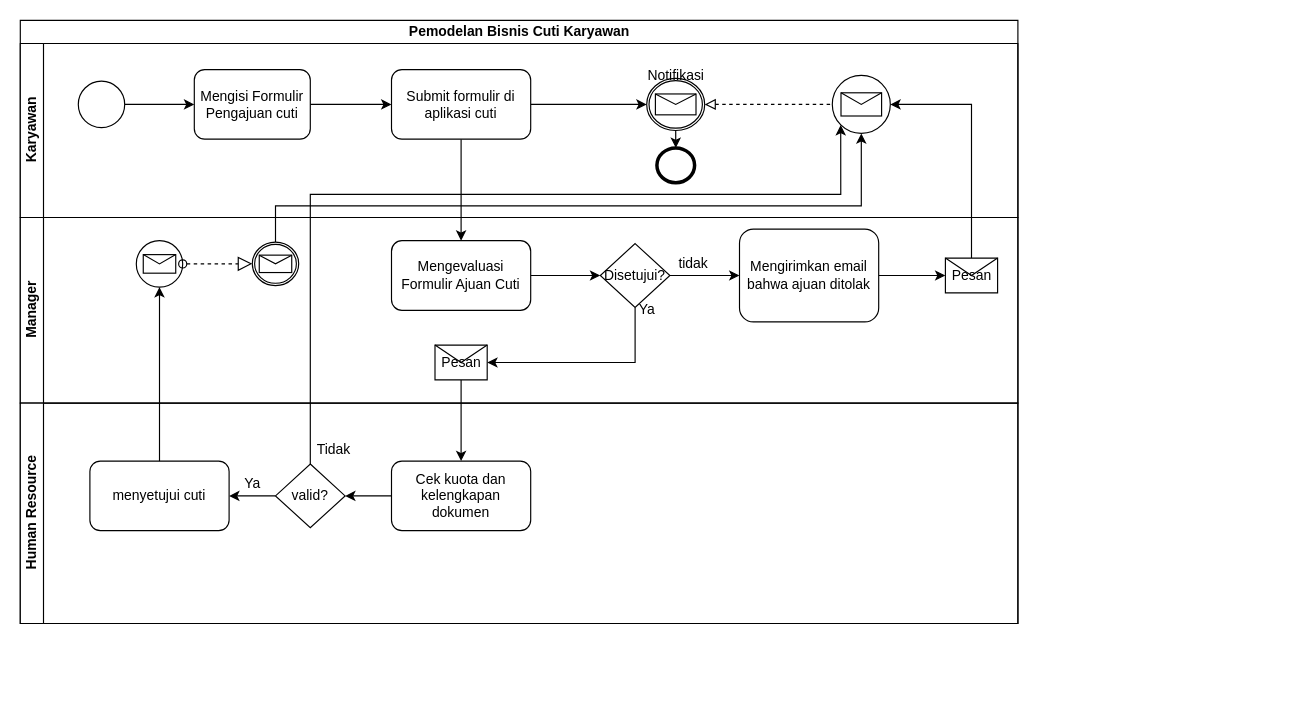
Above: cuti_re-enginering.drawio in fransalwan/git-test (draw.io), before the change. Source tidied: cells renumbered, new cells numbered last; positions are measured from the earlier drawing's top-left corner, leaving out a move shared by most shapes. Both pictures are drawn from the tidied source at 116%, with x=0, y=0 at pixel (20, 20).
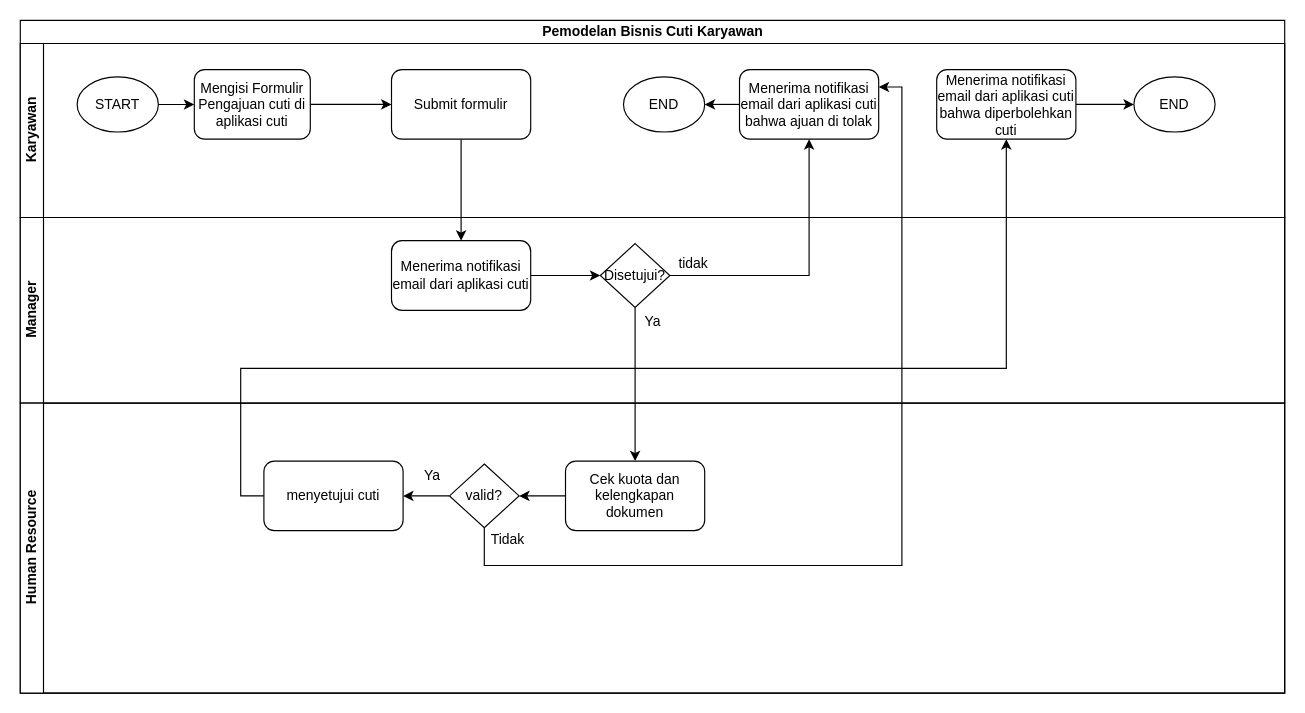
After the change.

The change refers to these unchanged cells:
```xml
<mxCell id="21" value="Disetujui?" style="rhombus;whiteSpace=wrap;html=1;" parent="17" vertex="1">
  <mxGeometry x="500" y="22.5" width="60" height="55" as="geometry" />
</mxCell>
```

What changed in the source:
```diff
@@
     <mxCell id="2" value="Pemodelan Bisnis Cuti Karyawan" style="swimlane;html=1;horizontal=1;startSize=20;" parent="1" vertex="1">
-      <mxGeometry width="860" height="520" as="geometry" />
+      <mxGeometry width="1090" height="580" as="geometry" />
     </mxCell>
@@
     <mxCell id="4" value="Karyawan" style="swimlane;html=1;startSize=20;horizontal=0;" parent="2" vertex="1">
-      <mxGeometry y="20" width="860" height="150" as="geometry" />
+      <mxGeometry y="20" width="1090" height="150" as="geometry" />
     </mxCell>
-    <mxCell id="5" style="edgeStyle=orthogonalEdgeStyle;rounded=0;jettySize=auto;html=1;exitX=1;exitY=0.5;exitDx=0;exitDy=0;" parent="4" edge="1" source="6" target="8">
+    <mxCell id="5" style="edgeStyle=orthogonalEdgeStyle;rounded=0;jettySize=auto;html=1;exitX=1;exitY=0.5;exitDx=0;exitDy=0;" parent="4" edge="1" source="45" target="8">
       <mxGeometry relative="1" as="geometry" />
     </mxCell>
-    <mxCell id="6" style="shape=mxgraph.bpmn.shape;html=1;verticalLabelPosition=bottom;labelBackgroundColor=#ffffff;verticalAlign=top;align=center;perimeter=ellipsePerimeter;outlineConnect=0;outline=standard;symbol=general;" parent="4" vertex="1">
-      <mxGeometry x="50" y="32.5" width="40" height="40" as="geometry" />
-    </mxCell>
@@
-    <mxCell id="8" value="Mengisi Formulir Pengajuan cuti" style="shape=ext;rounded=1;html=1;whiteSpace=wrap;" parent="4" vertex="1">
+    <mxCell id="8" value="Mengisi Formulir Pengajuan cuti di aplikasi cuti" style="shape=ext;rounded=1;html=1;whiteSpace=wrap;" parent="4" vertex="1">
       <mxGeometry x="150" y="22.5" width="100" height="60" as="geometry" />
     </mxCell>
-    <mxCell id="9" style="edgeStyle=orthogonalEdgeStyle;rounded=0;jettySize=auto;html=1;exitX=1;exitY=0.5;exitDx=0;exitDy=0;entryX=0;entryY=0.5;entryDx=0;entryDy=0;" parent="4" edge="1" source="10" target="12">
-      <mxGeometry relative="1" as="geometry" />
-    </mxCell>
-    <mxCell id="10" value="Submit formulir di aplikasi cuti" style="shape=ext;rounded=1;html=1;whiteSpace=wrap;" parent="4" vertex="1">
+    <mxCell id="10" value="Submit formulir" style="shape=ext;rounded=1;html=1;whiteSpace=wrap;" parent="4" vertex="1">
       <mxGeometry x="320" y="22.5" width="120" height="60" as="geometry" />
     </mxCell>
-    <mxCell id="11" style="shape=mxgraph.bpmn.shape;html=1;verticalLabelPosition=bottom;labelBackgroundColor=#ffffff;verticalAlign=top;align=center;perimeter=ellipsePerimeter;outlineConnect=0;outline=standard;symbol=message;" parent="4" vertex="1">
-      <mxGeometry x="700" y="27.5" width="50" height="50" as="geometry" />
-    </mxCell>
-    <mxCell id="12" style="shape=mxgraph.bpmn.shape;html=1;verticalLabelPosition=bottom;labelBackgroundColor=#ffffff;verticalAlign=top;align=center;perimeter=ellipsePerimeter;outlineConnect=0;outline=boundInt;symbol=message;" parent="4" vertex="1">
-      <mxGeometry x="540" y="30" width="50" height="45" as="geometry" />
-    </mxCell>
-    <mxCell id="13" value="Notifikasi" style="text;html=1;align=center;verticalAlign=middle;" parent="4" vertex="1">
-      <mxGeometry x="535" y="17.5" width="60" height="20" as="geometry" />
-    </mxCell>
-    <mxCell id="14" style="startArrow=block;startFill=0;startSize=7;endArrow=none;endFill=0;endSize=10;dashed=1;html=1;exitX=1;exitY=0.5;exitDx=0;exitDy=0;entryX=0;entryY=0.5;entryDx=0;entryDy=0;" parent="4" edge="1" source="12" target="11">
-      <mxGeometry relative="1" as="geometry" />
-    </mxCell>
-    <mxCell id="15" style="shape=mxgraph.bpmn.shape;html=1;verticalLabelPosition=bottom;labelBackgroundColor=#ffffff;verticalAlign=top;align=center;perimeter=ellipsePerimeter;outlineConnect=0;outline=end;symbol=general;" parent="4" vertex="1">
-      <mxGeometry x="548.8" y="90" width="32.5" height="30" as="geometry" />
-    </mxCell>
-    <mxCell id="16" style="endArrow=classic;html=1;exitX=0.5;exitY=1;exitDx=0;exitDy=0;entryX=0.5;entryY=0;entryDx=0;entryDy=0;" parent="4" edge="1" source="12" target="15">
-      <mxGeometry relative="1" as="geometry" />
-    </mxCell>
+    <mxCell id="45" value="START" style="ellipse;whiteSpace=wrap;html=1;" parent="4" vertex="1">
+      <mxGeometry x="49" y="28.8" width="70" height="47.5" as="geometry" />
+    </mxCell>
+    <mxCell id="46" style="edgeStyle=orthogonalEdgeStyle;rounded=0;jettySize=auto;html=1;exitX=0;exitY=0.5;exitDx=0;exitDy=0;entryX=1;entryY=0.5;entryDx=0;entryDy=0;" parent="4" edge="1" source="47" target="48">
+      <mxGeometry relative="1" as="geometry" />
+    </mxCell>
+    <mxCell id="47" value="Menerima notifikasi email dari aplikasi cuti bahwa ajuan di tolak" style="shape=ext;rounded=1;html=1;whiteSpace=wrap;" parent="4" vertex="1">
+      <mxGeometry x="620" y="22.5" width="120" height="60" as="geometry" />
+    </mxCell>
+    <mxCell id="48" value="END" style="ellipse;whiteSpace=wrap;html=1;" parent="4" vertex="1">
+      <mxGeometry x="520" y="28.8" width="70" height="47.5" as="geometry" />
+    </mxCell>
+    <mxCell id="49" style="edgeStyle=orthogonalEdgeStyle;rounded=0;jettySize=auto;html=1;exitX=1;exitY=0.5;exitDx=0;exitDy=0;entryX=0;entryY=0.5;entryDx=0;entryDy=0;" parent="4" edge="1" source="50" target="51">
+      <mxGeometry relative="1" as="geometry" />
+    </mxCell>
+    <mxCell id="50" value="Menerima notifikasi email dari aplikasi cuti bahwa diperbolehkan cuti" style="shape=ext;rounded=1;html=1;whiteSpace=wrap;" parent="4" vertex="1">
+      <mxGeometry x="790" y="22.5" width="120" height="60" as="geometry" />
+    </mxCell>
+    <mxCell id="51" value="END" style="ellipse;whiteSpace=wrap;html=1;" parent="4" vertex="1">
+      <mxGeometry x="960" y="28.8" width="70" height="47.5" as="geometry" />
+    </mxCell>
     <mxCell id="17" value="Manager" style="swimlane;html=1;startSize=20;horizontal=0;" parent="2" vertex="1">
-      <mxGeometry y="170" width="860" height="160" as="geometry" />
+      <mxGeometry y="170" width="1090" height="160" as="geometry" />
     </mxCell>
@@
-    <mxCell id="19" value="Mengevaluasi Formulir Ajuan Cuti" style="shape=ext;rounded=1;html=1;whiteSpace=wrap;" parent="17" vertex="1">
+    <mxCell id="19" value="Menerima notifikasi email dari aplikasi cuti" style="shape=ext;rounded=1;html=1;whiteSpace=wrap;" parent="17" vertex="1">
       <mxGeometry x="320" y="20" width="120" height="60" as="geometry" />
     </mxCell>
-    <mxCell id="20" style="edgeStyle=orthogonalEdgeStyle;rounded=0;jettySize=auto;html=1;exitX=0.5;exitY=1;exitDx=0;exitDy=0;entryX=1;entryY=0.5;entryDx=0;entryDy=0;" parent="17" edge="1" source="21" target="27">
-      <mxGeometry relative="1" as="geometry" />
-    </mxCell>
@@
-    <mxCell id="22" style="edgeStyle=orthogonalEdgeStyle;rounded=0;jettySize=auto;html=1;exitX=1;exitY=0.5;exitDx=0;exitDy=0;entryX=0;entryY=0.5;entryDx=0;entryDy=0;" parent="17" edge="1" source="23" target="26">
-      <mxGeometry relative="1" as="geometry" />
-    </mxCell>
-    <mxCell id="23" value="Mengirimkan email bahwa ajuan ditolak" style="shape=ext;rounded=1;html=1;whiteSpace=wrap;" parent="17" vertex="1">
-      <mxGeometry x="620" y="10" width="120" height="80" as="geometry" />
-    </mxCell>
-    <mxCell id="24" style="edgeStyle=orthogonalEdgeStyle;rounded=0;jettySize=auto;html=1;exitX=1;exitY=0.5;exitDx=0;exitDy=0;" parent="17" edge="1" source="21" target="23">
-      <mxGeometry relative="1" as="geometry" />
-    </mxCell>
@@
-    <mxCell id="26" value="Pesan" style="shape=message;whiteSpace=wrap;html=1;outlineConnect=0;" parent="17" vertex="1">
-      <mxGeometry x="797.5" y="35" width="45" height="30" as="geometry" />
-    </mxCell>
-    <mxCell id="27" value="Pesan" style="shape=message;whiteSpace=wrap;html=1;outlineConnect=0;" parent="17" vertex="1">
-      <mxGeometry x="357.5" y="110" width="45" height="30" as="geometry" />
-    </mxCell>
-    <mxCell id="28" style="shape=mxgraph.bpmn.shape;html=1;verticalLabelPosition=bottom;labelBackgroundColor=#ffffff;verticalAlign=top;align=center;perimeter=ellipsePerimeter;outlineConnect=0;outline=standard;symbol=message;" parent="17" vertex="1">
-      <mxGeometry x="100" y="20" width="40" height="40" as="geometry" />
-    </mxCell>
-    <mxCell id="29" style="shape=mxgraph.bpmn.shape;html=1;verticalLabelPosition=bottom;labelBackgroundColor=#ffffff;verticalAlign=top;align=center;perimeter=ellipsePerimeter;outlineConnect=0;outline=boundInt;symbol=message;" parent="17" vertex="1">
-      <mxGeometry x="200" y="21.2" width="40" height="37.5" as="geometry" />
-    </mxCell>
-    <mxCell id="30" style="startArrow=oval;startFill=0;startSize=7;endArrow=block;endFill=0;endSize=10;dashed=1;html=1;exitX=1;exitY=0.5;exitDx=0;exitDy=0;entryX=0;entryY=0.5;entryDx=0;entryDy=0;" parent="17" edge="1" source="28" target="29">
-      <mxGeometry relative="1" as="geometry" />
-    </mxCell>
-    <mxCell id="31" style="edgeStyle=orthogonalEdgeStyle;rounded=0;jettySize=auto;html=1;exitX=0.5;exitY=1;exitDx=0;exitDy=0;entryX=0.5;entryY=0;entryDx=0;entryDy=0;" parent="2" edge="1" source="27" target="34">
-      <mxGeometry relative="1" as="geometry" />
-    </mxCell>
+    <mxCell id="43" value="Ya" style="text;html=1;align=center;verticalAlign=middle;" parent="17" vertex="1">
+      <mxGeometry x="530" y="80" width="30" height="20" as="geometry" />
+    </mxCell>
+    <mxCell id="52" style="edgeStyle=orthogonalEdgeStyle;rounded=0;jettySize=auto;html=1;exitX=0.5;exitY=1;exitDx=0;exitDy=0;entryX=0.5;entryY=0;entryDx=0;entryDy=0;" parent="2" edge="1" source="21" target="34">
+      <mxGeometry relative="1" as="geometry" />
+    </mxCell>
     <mxCell id="32" value="Human Resource" style="swimlane;html=1;startSize=20;horizontal=0;" parent="2" vertex="1">
-      <mxGeometry y="330" width="860" height="190" as="geometry" />
+      <mxGeometry y="330" width="1090" height="250" as="geometry" />
     </mxCell>
@@
     <mxCell id="34" value="Cek kuota dan kelengkapan dokumen" style="rounded=1;whiteSpace=wrap;html=1;" parent="32" vertex="1">
-      <mxGeometry x="320" y="50" width="120" height="60" as="geometry" />
+      <mxGeometry x="470" y="50" width="120" height="60" as="geometry" />
     </mxCell>
@@
     <mxCell id="36" value="valid?" style="rhombus;whiteSpace=wrap;html=1;" parent="32" vertex="1">
-      <mxGeometry x="220" y="52.5" width="60" height="55" as="geometry" />
+      <mxGeometry x="370" y="52.5" width="60" height="55" as="geometry" />
     </mxCell>
     <mxCell id="37" value="menyetujui cuti" style="rounded=1;whiteSpace=wrap;html=1;" parent="32" vertex="1">
-      <mxGeometry x="60" y="50" width="120" height="60" as="geometry" />
+      <mxGeometry x="210" y="50" width="120" height="60" as="geometry" />
     </mxCell>
     <mxCell id="38" value="Tidak" style="text;html=1;align=center;verticalAlign=middle;" parent="32" vertex="1">
-      <mxGeometry x="250" y="30" width="40" height="20" as="geometry" />
+      <mxGeometry x="400" y="107.5" width="40" height="20" as="geometry" />
     </mxCell>
-    <mxCell id="39" style="edgeStyle=orthogonalEdgeStyle;rounded=0;jettySize=auto;html=1;exitX=0.5;exitY=0;exitDx=0;exitDy=0;entryX=0.5;entryY=1;entryDx=0;entryDy=0;" parent="2" edge="1" source="37" target="28">
-      <mxGeometry relative="1" as="geometry" />
-    </mxCell>
-    <mxCell id="40" style="edgeStyle=orthogonalEdgeStyle;rounded=0;jettySize=auto;html=1;exitX=0.5;exitY=0;exitDx=0;exitDy=0;entryX=0.5;entryY=1;entryDx=0;entryDy=0;" parent="2" edge="1" source="29" target="11">
-      <mxGeometry relative="1" as="geometry">
-        <Array as="points">
-          <mxPoint x="220" y="160" />
-          <mxPoint x="725" y="160" />
-        </Array>
-      </mxGeometry>
-    </mxCell>
-    <mxCell id="41" style="edgeStyle=orthogonalEdgeStyle;rounded=0;jettySize=auto;html=1;exitX=0.5;exitY=0;exitDx=0;exitDy=0;entryX=1;entryY=0.5;entryDx=0;entryDy=0;" parent="2" edge="1" source="26" target="11">
-      <mxGeometry relative="1" as="geometry" />
-    </mxCell>
-    <mxCell id="42" style="edgeStyle=orthogonalEdgeStyle;rounded=0;jettySize=auto;html=1;exitX=0.5;exitY=0;exitDx=0;exitDy=0;entryX=0.145;entryY=0.855;entryDx=0;entryDy=0;entryPerimeter=0;startArrow=none;startFill=0;endArrow=classic;endFill=1;" parent="2" edge="1" source="36" target="11">
-      <mxGeometry relative="1" as="geometry">
-        <Array as="points">
-          <mxPoint x="250" y="150" />
-          <mxPoint x="707" y="150" />
-        </Array>
-      </mxGeometry>
-    </mxCell>
-    <mxCell id="43" value="Ya" style="text;html=1;align=center;verticalAlign=middle;" parent="1" vertex="1">
-      <mxGeometry x="525" y="240" width="30" height="20" as="geometry" />
-    </mxCell>
-    <mxCell id="44" value="Ya" style="text;html=1;align=center;verticalAlign=middle;" parent="1" vertex="1">
-      <mxGeometry x="185" y="390" width="30" height="20" as="geometry" />
+    <mxCell id="44" value="Ya" style="text;html=1;align=center;verticalAlign=middle;" parent="32" vertex="1">
+      <mxGeometry x="340" y="52.5" width="30" height="20" as="geometry" />
     </mxCell>
+    <mxCell id="24" style="edgeStyle=orthogonalEdgeStyle;rounded=0;jettySize=auto;html=1;exitX=1;exitY=0.5;exitDx=0;exitDy=0;entryX=0.5;entryY=1;entryDx=0;entryDy=0;" parent="2" edge="1" source="21" target="47">
+      <mxGeometry relative="1" as="geometry" />
+    </mxCell>
+    <mxCell id="53" style="edgeStyle=orthogonalEdgeStyle;rounded=0;jettySize=auto;html=1;exitX=0;exitY=0.5;exitDx=0;exitDy=0;entryX=0.5;entryY=1;entryDx=0;entryDy=0;" parent="2" edge="1" source="37" target="50">
+      <mxGeometry relative="1" as="geometry">
+        <Array as="points">
+          <mxPoint x="190" y="410" />
+          <mxPoint x="190" y="300" />
+          <mxPoint x="850" y="300" />
+        </Array>
+      </mxGeometry>
+    </mxCell>
+    <mxCell id="54" style="edgeStyle=orthogonalEdgeStyle;rounded=0;jettySize=auto;html=1;exitX=0.5;exitY=1;exitDx=0;exitDy=0;entryX=1;entryY=0.25;entryDx=0;entryDy=0;" parent="2" edge="1" source="36" target="47">
+      <mxGeometry relative="1" as="geometry">
+        <Array as="points">
+          <mxPoint x="400" y="470" />
+          <mxPoint x="760" y="470" />
+          <mxPoint x="760" y="57" />
+        </Array>
+      </mxGeometry>
+    </mxCell>
```
